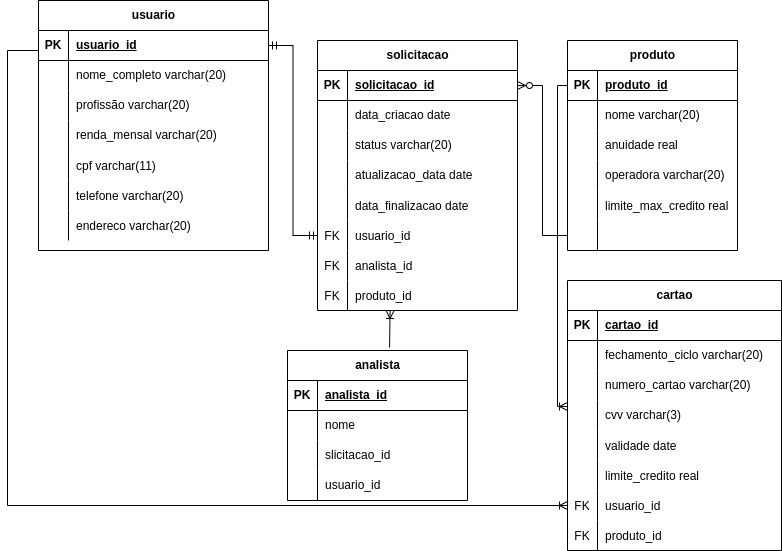
LilianeDavid93/dataBase keeps this draw.io diagram as Logico.drawio.png. Above is the earlier version. Source tidied: cells renumbered, new cells last; positions are measured from the earlier drawing's top-left corner, leaving out a move shared by most shapes.
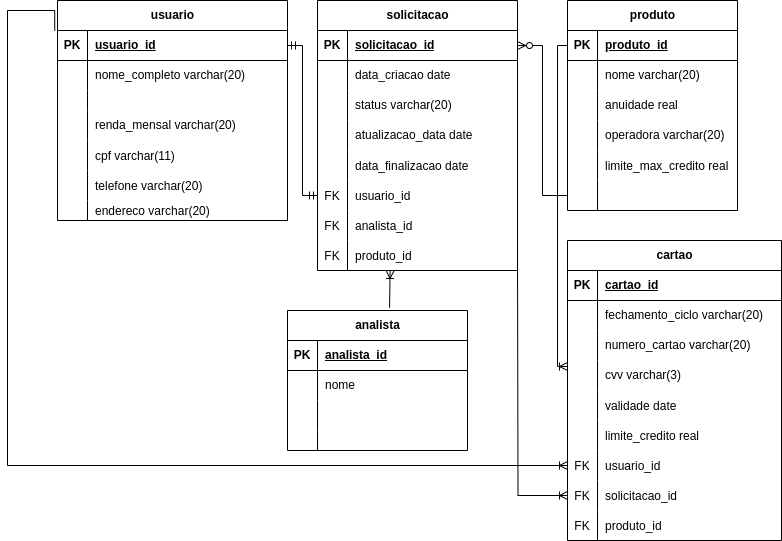
After the change.

Commit message:
Logico atualizado

What changed in the source:
```diff
@@ -3,7 +3,7 @@
     <mxCell id="0" />
     <mxCell id="1" parent="0" />
     <mxCell id="2" value="usuario" style="shape=table;startSize=30;rowLines=0;fontStyle=1;align=center;html=1;" parent="1" vertex="1">
-      <mxGeometry x="31" width="230" height="250" as="geometry" />
+      <mxGeometry x="50" y="40" width="230" height="220" as="geometry" />
     </mxCell>
     <mxCell id="3" style="shape=tableRow;horizontal=0;startSize=0;swimlaneHead=0;swimlaneBody=0;fillColor=none;points=[[0,0.5],[1,0.5]];portConstraint=eastwest;top=0;left=0;right=0;bottom=1;" parent="2" vertex="1">
       <mxGeometry y="30" width="230" height="30" as="geometry" />
@@ -24,16 +24,16 @@
       <mxGeometry x="30" width="200" height="30" as="geometry" />
     </mxCell>
     <mxCell id="9" style="shape=tableRow;horizontal=0;startSize=0;swimlaneHead=0;swimlaneBody=0;fillColor=none;top=0;left=0;right=0;bottom=0;" parent="2" vertex="1">
-      <mxGeometry y="90" width="230" height="30" as="geometry" />
+      <mxGeometry y="90" width="230" height="20" as="geometry" />
     </mxCell>
     <mxCell id="10" style="shape=partialRectangle;fillColor=none;top=0;left=0;bottom=0;right=0;overflow=hidden;whiteSpace=wrap;html=1;" parent="9" vertex="1">
-      <mxGeometry width="30" height="30" as="geometry" />
+      <mxGeometry width="30" height="20" as="geometry" />
     </mxCell>
-    <mxCell id="11" value="profissão varchar(20)" style="shape=partialRectangle;fillColor=none;top=0;left=0;bottom=0;right=0;align=left;spacingLeft=6;overflow=hidden;whiteSpace=wrap;html=1;" parent="9" vertex="1">
-      <mxGeometry x="30" width="200" height="30" as="geometry" />
+    <mxCell id="11" style="shape=partialRectangle;fillColor=none;top=0;left=0;bottom=0;right=0;align=left;spacingLeft=6;overflow=hidden;whiteSpace=wrap;html=1;" parent="9" vertex="1">
+      <mxGeometry x="30" width="200" height="20" as="geometry" />
     </mxCell>
     <mxCell id="12" style="shape=tableRow;horizontal=0;startSize=0;swimlaneHead=0;swimlaneBody=0;fillColor=none;top=0;left=0;right=0;bottom=0;" parent="2" vertex="1">
-      <mxGeometry y="120" width="230" height="30" as="geometry" />
+      <mxGeometry y="110" width="230" height="30" as="geometry" />
     </mxCell>
     <mxCell id="13" style="shape=partialRectangle;fillColor=none;top=0;left=0;bottom=0;right=0;overflow=hidden;whiteSpace=wrap;html=1;" parent="12" vertex="1">
       <mxGeometry width="30" height="30" as="geometry" />
@@ -42,7 +42,7 @@
       <mxGeometry x="30" width="200" height="30" as="geometry" />
     </mxCell>
     <mxCell id="15" style="shape=tableRow;horizontal=0;startSize=0;swimlaneHead=0;swimlaneBody=0;fillColor=none;top=0;left=0;right=0;bottom=0;" parent="2" vertex="1">
-      <mxGeometry y="150" width="230" height="30" as="geometry" />
+      <mxGeometry y="140" width="230" height="30" as="geometry" />
     </mxCell>
     <mxCell id="16" style="shape=partialRectangle;fillColor=none;top=0;left=0;bottom=0;right=0;overflow=hidden;" parent="15" vertex="1">
       <mxGeometry width="30" height="30" as="geometry" />
@@ -51,7 +51,7 @@
       <mxGeometry x="30" width="200" height="30" as="geometry" />
     </mxCell>
     <mxCell id="18" style="shape=tableRow;horizontal=0;startSize=0;swimlaneHead=0;swimlaneBody=0;fillColor=none;top=0;left=0;right=0;bottom=0;" parent="2" vertex="1">
-      <mxGeometry y="180" width="230" height="30" as="geometry" />
+      <mxGeometry y="170" width="230" height="30" as="geometry" />
     </mxCell>
     <mxCell id="19" style="shape=partialRectangle;fillColor=none;top=0;left=0;bottom=0;right=0;overflow=hidden;" parent="18" vertex="1">
       <mxGeometry width="30" height="30" as="geometry" />
@@ -60,13 +60,13 @@
       <mxGeometry x="30" width="200" height="30" as="geometry" />
     </mxCell>
     <mxCell id="21" style="shape=tableRow;horizontal=0;startSize=0;swimlaneHead=0;swimlaneBody=0;fillColor=none;top=0;left=0;right=0;bottom=0;" parent="2" vertex="1">
-      <mxGeometry y="210" width="230" height="30" as="geometry" />
+      <mxGeometry y="200" width="230" height="20" as="geometry" />
     </mxCell>
     <mxCell id="22" style="shape=partialRectangle;fillColor=none;top=0;left=0;bottom=0;right=0;overflow=hidden;" parent="21" vertex="1">
-      <mxGeometry width="30" height="30" as="geometry" />
+      <mxGeometry width="30" height="20" as="geometry" />
     </mxCell>
     <mxCell id="23" value="endereco varchar(20)" style="shape=partialRectangle;fillColor=none;top=0;left=0;bottom=0;right=0;align=left;spacingLeft=6;overflow=hidden;" parent="21" vertex="1">
-      <mxGeometry x="30" width="200" height="30" as="geometry" />
+      <mxGeometry x="30" width="200" height="20" as="geometry" />
     </mxCell>
     <mxCell id="24" value="solicitacao" style="shape=table;startSize=30;rowLines=0;fontStyle=1;align=center;html=1;" parent="1" vertex="1">
       <mxGeometry x="310" y="40" width="200" height="270" as="geometry" />
@@ -201,7 +201,7 @@
       <mxGeometry x="30" width="140" height="30" as="geometry" />
     </mxCell>
     <mxCell id="68" value="analista" style="shape=table;startSize=30;rowLines=0;fontStyle=1;align=center;html=1;" parent="1" vertex="1">
-      <mxGeometry x="280" y="350" width="180" height="150" as="geometry" />
+      <mxGeometry x="280" y="350" width="180" height="140" as="geometry" />
     </mxCell>
     <mxCell id="69" style="shape=tableRow;horizontal=0;startSize=0;swimlaneHead=0;swimlaneBody=0;fillColor=none;top=0;left=0;right=0;bottom=1;" parent="68" vertex="1">
       <mxGeometry y="30" width="180" height="30" as="geometry" />
@@ -227,20 +227,20 @@
     <mxCell id="76" style="shape=partialRectangle;fillColor=none;top=0;left=0;bottom=0;right=0;overflow=hidden;whiteSpace=wrap;html=1;" parent="75" vertex="1">
       <mxGeometry width="30" height="30" as="geometry" />
     </mxCell>
-    <mxCell id="77" value="slicitacao_id" style="shape=partialRectangle;fillColor=none;top=0;left=0;bottom=0;right=0;align=left;spacingLeft=6;overflow=hidden;whiteSpace=wrap;html=1;" parent="75" vertex="1">
+    <mxCell id="77" style="shape=partialRectangle;fillColor=none;top=0;left=0;bottom=0;right=0;align=left;spacingLeft=6;overflow=hidden;whiteSpace=wrap;html=1;" parent="75" vertex="1">
       <mxGeometry x="30" width="150" height="30" as="geometry" />
     </mxCell>
     <mxCell id="78" style="shape=tableRow;horizontal=0;startSize=0;swimlaneHead=0;swimlaneBody=0;fillColor=none;top=0;left=0;right=0;bottom=0;" parent="68" vertex="1">
-      <mxGeometry y="120" width="180" height="30" as="geometry" />
+      <mxGeometry y="120" width="180" height="20" as="geometry" />
     </mxCell>
     <mxCell id="79" style="shape=partialRectangle;fillColor=none;top=0;left=0;bottom=0;right=0;overflow=hidden;whiteSpace=wrap;html=1;" parent="78" vertex="1">
-      <mxGeometry width="30" height="30" as="geometry" />
+      <mxGeometry width="30" height="20" as="geometry" />
     </mxCell>
-    <mxCell id="80" value="usuario_id" style="shape=partialRectangle;fillColor=none;top=0;left=0;bottom=0;right=0;align=left;spacingLeft=6;overflow=hidden;whiteSpace=wrap;html=1;" parent="78" vertex="1">
-      <mxGeometry x="30" width="150" height="30" as="geometry" />
+    <mxCell id="80" style="shape=partialRectangle;fillColor=none;top=0;left=0;bottom=0;right=0;align=left;spacingLeft=6;overflow=hidden;whiteSpace=wrap;html=1;" parent="78" vertex="1">
+      <mxGeometry x="30" width="150" height="20" as="geometry" />
     </mxCell>
     <mxCell id="81" value="cartao" style="shape=table;startSize=30;rowLines=0;fontStyle=1;align=center;html=1;" parent="1" vertex="1">
-      <mxGeometry x="560" y="280" width="214" height="270" as="geometry" />
+      <mxGeometry x="560" y="280" width="214" height="300" as="geometry" />
     </mxCell>
     <mxCell id="82" style="shape=tableRow;horizontal=0;startSize=0;swimlaneHead=0;swimlaneBody=0;fillColor=none;top=0;left=0;right=0;bottom=1;" parent="81" vertex="1">
       <mxGeometry y="30" width="214" height="30" as="geometry" />
@@ -305,8 +305,17 @@
     <mxCell id="102" value="usuario_id" style="shape=partialRectangle;fillColor=none;top=0;left=0;bottom=0;right=0;align=left;spacingLeft=6;overflow=hidden;" parent="100" vertex="1">
       <mxGeometry x="30" width="184" height="30" as="geometry" />
     </mxCell>
+    <mxCell id="111" style="shape=tableRow;horizontal=0;startSize=0;swimlaneHead=0;swimlaneBody=0;fillColor=none;points=[[0,0.5],[1,0.5]];portConstraint=eastwest;top=0;left=0;right=0;bottom=0;" parent="81" vertex="1">
+      <mxGeometry y="240" width="214" height="30" as="geometry" />
+    </mxCell>
+    <mxCell id="112" value="FK" style="shape=partialRectangle;fillColor=none;top=0;left=0;bottom=0;right=0;overflow=hidden;" parent="111" vertex="1">
+      <mxGeometry width="30" height="30" as="geometry" />
+    </mxCell>
+    <mxCell id="113" value="solicitacao_id" style="shape=partialRectangle;fillColor=none;top=0;left=0;bottom=0;right=0;align=left;spacingLeft=6;overflow=hidden;" parent="111" vertex="1">
+      <mxGeometry x="30" width="184" height="30" as="geometry" />
+    </mxCell>
     <mxCell id="103" style="shape=tableRow;horizontal=0;startSize=0;swimlaneHead=0;swimlaneBody=0;fillColor=none;top=0;left=0;right=0;bottom=0;" parent="81" vertex="1">
-      <mxGeometry y="240" width="214" height="30" as="geometry" />
+      <mxGeometry y="270" width="214" height="30" as="geometry" />
     </mxCell>
     <mxCell id="104" value="FK" style="shape=partialRectangle;fillColor=none;top=0;left=0;bottom=0;right=0;overflow=hidden;" parent="103" vertex="1">
       <mxGeometry width="30" height="30" as="geometry" />
@@ -320,9 +329,10 @@
     <mxCell id="107" style="edgeStyle=orthogonalEdgeStyle;fontSize=12;html=1;endArrow=ERzeroToMany;endFill=1;rounded=0;exitX=0;exitY=0.5;exitDx=0;exitDy=0;entryX=1;entryY=0.5;entryDx=0;entryDy=0;" parent="1" edge="1" source="65" target="25">
       <mxGeometry relative="1" as="geometry" />
     </mxCell>
-    <mxCell id="108" style="edgeStyle=orthogonalEdgeStyle;fontSize=12;html=1;endArrow=ERoneToMany;rounded=0;entryX=0;entryY=0.5;entryDx=0;entryDy=0;" parent="1" edge="1" source="3" target="100">
+    <mxCell id="108" style="edgeStyle=orthogonalEdgeStyle;fontSize=12;html=1;endArrow=ERoneToMany;rounded=0;entryX=0;entryY=0.5;entryDx=0;entryDy=0;exitX=-0.012;exitY=0.011;exitDx=0;exitDy=0;exitPerimeter=0;" parent="1" edge="1" source="3" target="100">
       <mxGeometry relative="1" as="geometry">
         <Array as="points">
+          <mxPoint x="47" y="50" />
           <mxPoint y="50" />
           <mxPoint y="505" />
         </Array>
@@ -342,5 +352,10 @@
         </Array>
       </mxGeometry>
     </mxCell>
+    <mxCell id="114" style="edgeStyle=orthogonalEdgeStyle;fontSize=12;html=1;endArrow=ERoneToMany;rounded=0;entryX=0;entryY=0.5;entryDx=0;entryDy=0;" parent="1" edge="1" target="111">
+      <mxGeometry relative="1" as="geometry">
+        <mxPoint x="510" y="290" as="sourcePoint" />
+      </mxGeometry>
+    </mxCell>
   </root>
 </mxGraphModel>
```
